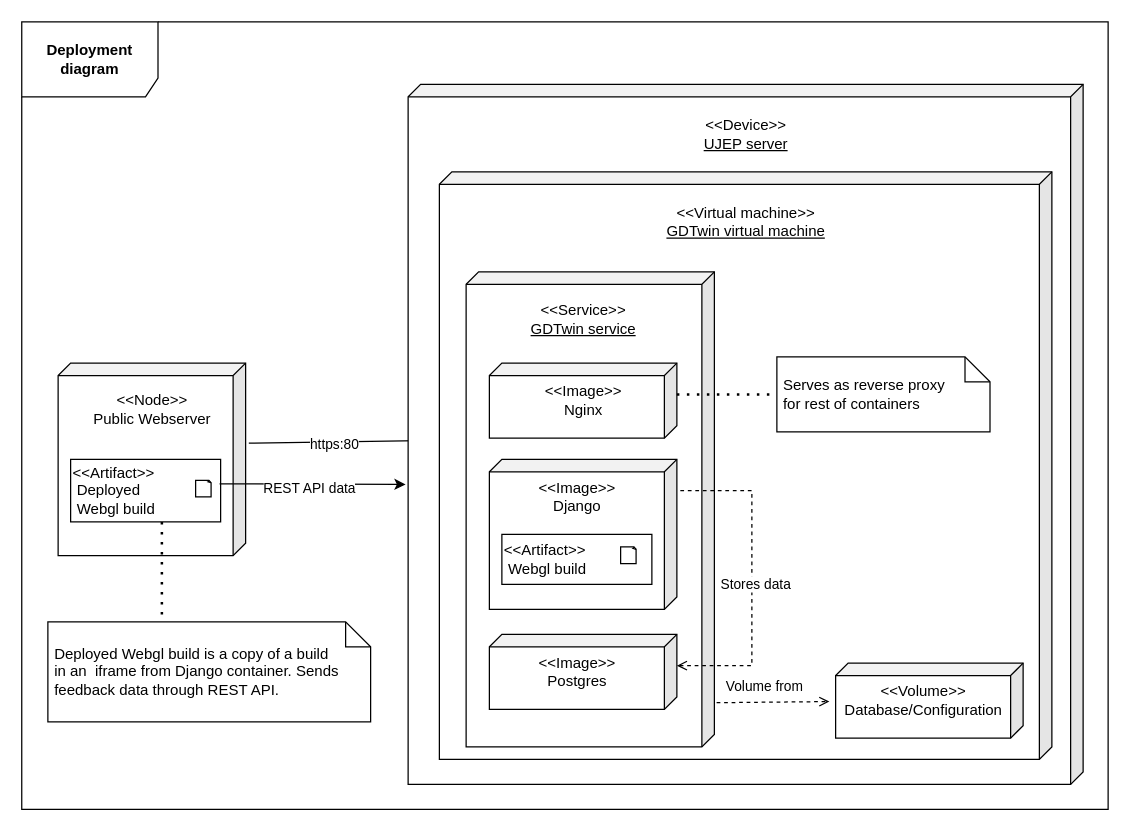
pavelberanek91/gdtwins keeps this draw.io diagram as documentation/diagrams/deployment.drawio. Above is the earlier version. Source tidied: cells renumbered, new cells numbered last; positions are measured from the earlier drawing's top-left corner, leaving out a move shared by most shapes. Both pictures are drawn from the tidied source at 125%, with x=0, y=0 at pixel (21, 21).
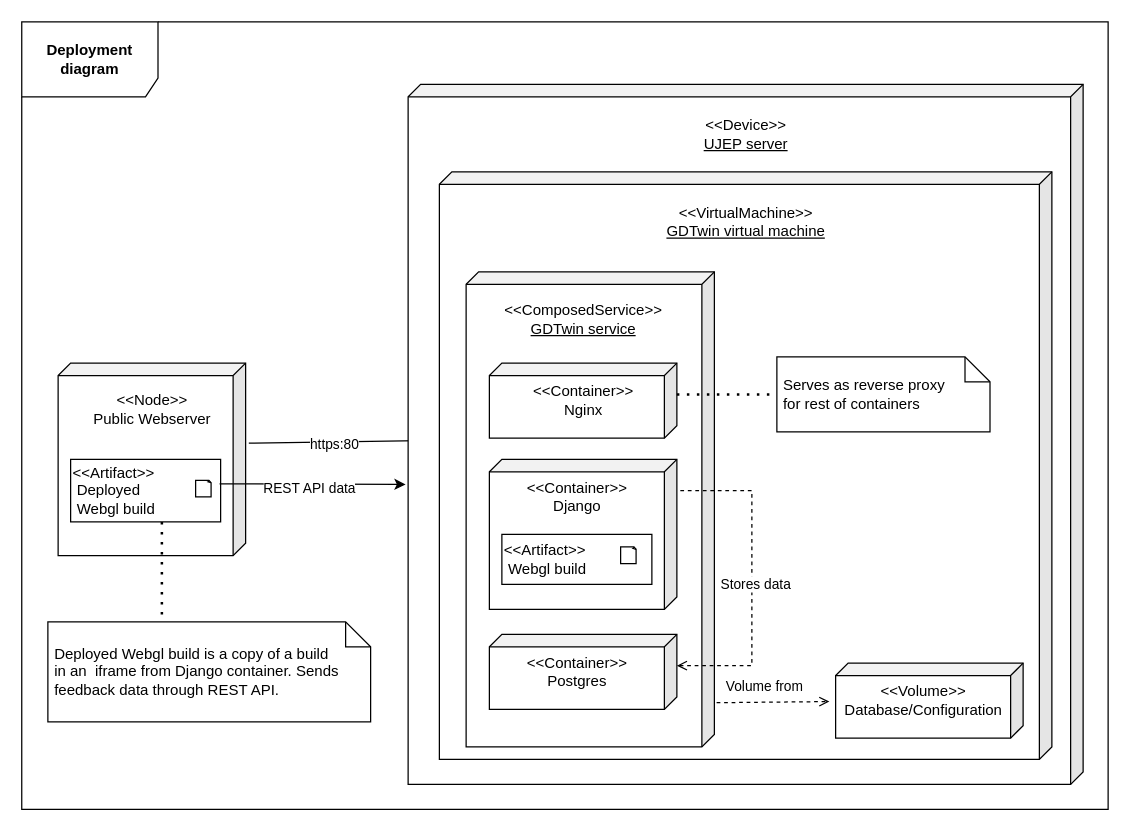
After the change.

Commit message (it also covers changes not shown here):
recoved right version of deployment diagram with new stereotypes

The change refers to these unchanged cells:
```xml
<mxCell id="21" style="group;" parent="20" vertex="1">
  <mxGeometry width="150" height="60" as="geometry" />
</mxCell>
```

What changed in the source:
```diff
@@
-    <mxCell id="17" value="&amp;lt;&amp;lt;Virtual machine&amp;gt;&amp;gt;&lt;div&gt;&lt;u&gt;GDTwin virtual machine&lt;/u&gt;&lt;/div&gt;" style="text;html=1;align=center;verticalAlign=middle;strokeColor=none;fillColor=none;" parent="1" vertex="1">
+    <mxCell id="17" value="&amp;lt;&amp;lt;VirtualMachine&amp;gt;&amp;gt;&lt;div&gt;&lt;u&gt;GDTwin virtual machine&lt;/u&gt;&lt;/div&gt;" style="text;html=1;align=center;verticalAlign=middle;strokeColor=none;fillColor=none;" parent="1" vertex="1">
       <mxGeometry x="504" y="140" width="150" height="40" as="geometry" />
     </mxCell>
@@
-    <mxCell id="19" value="&amp;lt;&amp;lt;Service&amp;gt;&amp;gt;&lt;div&gt;&lt;u&gt;GDTwin service&lt;/u&gt;&lt;/div&gt;" style="text;html=1;align=center;verticalAlign=middle;strokeColor=none;fillColor=none;" parent="1" vertex="1">
-      <mxGeometry x="394" y="217.6" width="110" height="40" as="geometry" />
+    <mxCell id="19" value="&amp;lt;&amp;lt;ComposedService&amp;gt;&amp;gt;&lt;div&gt;&lt;u&gt;GDTwin service&lt;/u&gt;&lt;/div&gt;" style="text;html=1;align=center;verticalAlign=middle;strokeColor=none;fillColor=none;" parent="1" vertex="1">
+      <mxGeometry x="374" y="217.6" width="150" height="40" as="geometry" />
     </mxCell>
@@
-    <mxCell id="23" value="&amp;lt;&amp;lt;Image&amp;gt;&amp;gt;&lt;div&gt;Nginx&lt;/div&gt;" style="text;html=1;align=center;verticalAlign=middle;strokeColor=none;fillColor=none;" parent="21" vertex="1">
-      <mxGeometry x="35" y="10" width="80" height="40" as="geometry" />
+    <mxCell id="23" value="&amp;lt;&amp;lt;Container&amp;gt;&amp;gt;&lt;div&gt;Nginx&lt;/div&gt;" style="text;html=1;align=center;verticalAlign=middle;strokeColor=none;fillColor=none;" parent="21" vertex="1">
+      <mxGeometry x="25" y="10" width="100" height="40" as="geometry" />
     </mxCell>
@@
-    <mxCell id="25" value="&amp;lt;&amp;lt;Image&amp;gt;&amp;gt;&lt;div&gt;Django&lt;/div&gt;" style="text;html=1;align=center;verticalAlign=middle;strokeColor=none;fillColor=none;" parent="1" vertex="1">
-      <mxGeometry x="404" y="360" width="80" height="40" as="geometry" />
+    <mxCell id="25" value="&amp;lt;&amp;lt;Container&amp;gt;&amp;gt;&lt;div&gt;Django&lt;/div&gt;" style="text;html=1;align=center;verticalAlign=middle;strokeColor=none;fillColor=none;" parent="1" vertex="1">
+      <mxGeometry x="394" y="360" width="100" height="40" as="geometry" />
     </mxCell>
@@
-    <mxCell id="27" value="&amp;lt;&amp;lt;Image&amp;gt;&amp;gt;&lt;div&gt;Postgres&lt;/div&gt;" style="text;html=1;align=center;verticalAlign=middle;strokeColor=none;fillColor=none;" parent="1" vertex="1">
-      <mxGeometry x="404" y="500" width="80" height="40" as="geometry" />
+    <mxCell id="27" value="&amp;lt;&amp;lt;Container&amp;gt;&amp;gt;&lt;div&gt;Postgres&lt;/div&gt;" style="text;html=1;align=center;verticalAlign=middle;strokeColor=none;fillColor=none;" parent="1" vertex="1">
+      <mxGeometry x="394" y="500" width="100" height="40" as="geometry" />
     </mxCell>
```
